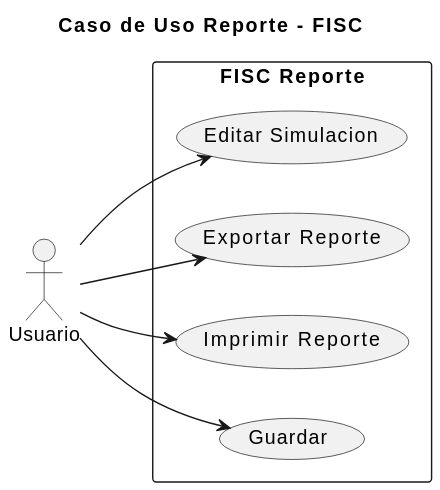
The PlantUML diagram imagenes/casosDeUso/casoUsoReporte.svg in mmasias/23-24-IdSw1-SDR, before a commit.
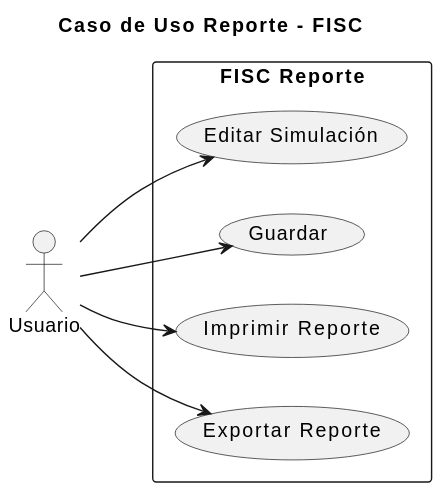
After the change.

Commit message:
correccion caso uso reporte

Change to the diagram source:
```diff
@@ -6,14 +6,14 @@
 actor Usuario as user
 
 rectangle "FISC Reporte" {
-    usecase "Editar Simulacion" as editarSimulacion
+    usecase "Editar Simulación" as editarSimulación
+    usecase "Guardar" as guardar
+    usecase "Imprimir Reporte" as imprimirReporte
     usecase "Exportar Reporte" as exportarReporte
-    usecase "Imprimir Reporte" as imprimirReporte
-    usecase "Guardar" as guardar
 }
 
-user --> editarSimulacion : ""
+user --> editarSimulación : ""
+user --> guardar : ""
+user --> imprimirReporte : ""
 user --> exportarReporte : ""
-user --> imprimirReporte : ""
-user --> guardar : ""
 @enduml
```
